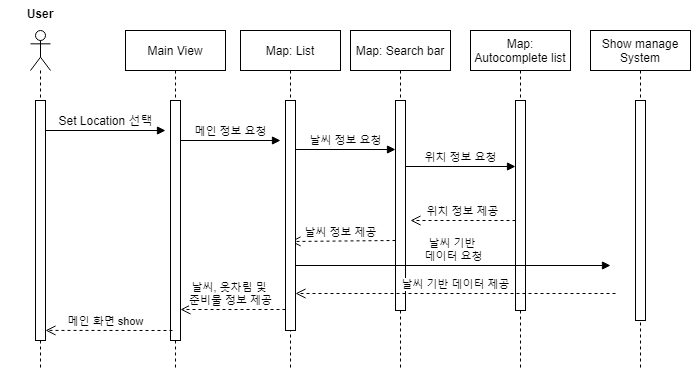
Before: Untitled Diagram2.png, a diagram exported from draw.io (kong430/Moning-diagram). Source tidied: cells renumbered, new cells last; positions are measured from the earlier drawing's top-left corner, leaving out a move shared by most shapes.
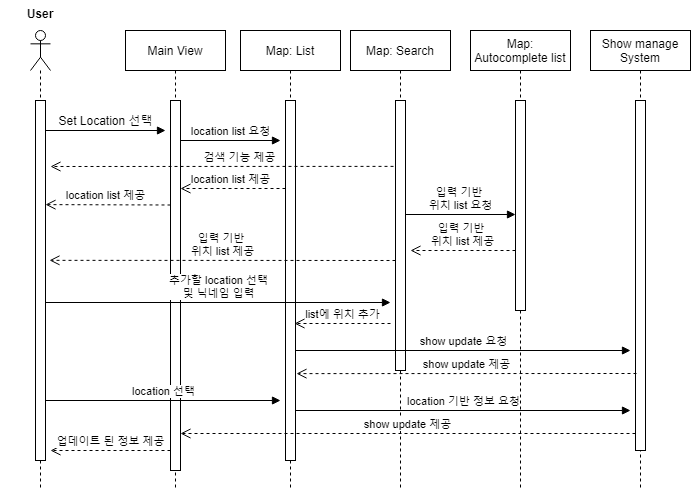
The same file after the commit.

Change to the diagram source:
```diff
@@ -3,13 +3,13 @@
     <mxCell id="0" />
     <mxCell id="1" parent="0" />
     <mxCell id="2" value="Map: List" style="shape=umlLifeline;perimeter=lifelinePerimeter;whiteSpace=wrap;html=1;" parent="1" vertex="1">
-      <mxGeometry x="240" y="30" width="100" height="340" as="geometry" />
+      <mxGeometry x="240" y="30" width="100" height="460" as="geometry" />
     </mxCell>
     <mxCell id="3" style="shape=umlLifeline;participant=umlActor;perimeter=lifelinePerimeter;whiteSpace=wrap;html=1;verticalAlign=top;spacingTop=36;" parent="1" vertex="1">
-      <mxGeometry x="30" y="30" width="20" height="340" as="geometry" />
+      <mxGeometry x="30" y="30" width="20" height="460" as="geometry" />
     </mxCell>
     <mxCell id="4" style="html=1;points=[];perimeter=orthogonalPerimeter;direction=east;" parent="1" vertex="1">
-      <mxGeometry x="35" y="100" width="10" height="240" as="geometry" />
+      <mxGeometry x="35" y="100" width="10" height="360" as="geometry" />
     </mxCell>
     <mxCell id="5" style="html=1;verticalAlign=bottom;endArrow=block;" parent="1" edge="1">
       <mxGeometry relative="1" as="geometry">
@@ -21,87 +21,122 @@
       <mxGeometry x="50" y="110" width="110" height="20" as="geometry" />
     </mxCell>
     <mxCell id="7" value="Main View" style="shape=umlLifeline;perimeter=lifelinePerimeter;whiteSpace=wrap;html=1;" parent="1" vertex="1">
-      <mxGeometry x="125" y="30" width="100" height="340" as="geometry" />
+      <mxGeometry x="125" y="30" width="100" height="460" as="geometry" />
     </mxCell>
-    <mxCell id="8" style="html=1;perimeter=orthogonalPerimeter;" parent="1" vertex="1">
-      <mxGeometry x="170" y="100" width="10" height="240" as="geometry" />
-    </mxCell>
-    <mxCell id="9" value="날씨 정보 요청" style="html=1;verticalAlign=bottom;endArrow=block;" parent="1" edge="1">
-      <mxGeometry relative="1" as="geometry">
-        <mxPoint x="295" y="149" as="sourcePoint" />
-        <mxPoint x="395" y="149" as="targetPoint" />
-      </mxGeometry>
-    </mxCell>
-    <mxCell id="10" value="위치 정보 제공" style="html=1;verticalAlign=bottom;endArrow=open;dashed=1;endSize=8;" parent="1" edge="1">
-      <mxGeometry relative="1" as="geometry">
-        <mxPoint x="515" y="220" as="sourcePoint" />
-        <mxPoint x="410" y="220" as="targetPoint" />
-      </mxGeometry>
-    </mxCell>
-    <mxCell id="11" value="Map: Search bar" style="shape=umlLifeline;perimeter=lifelinePerimeter;whiteSpace=wrap;html=1;" parent="1" vertex="1">
-      <mxGeometry x="350" y="30" width="100" height="340" as="geometry" />
+    <mxCell id="11" value="Map: Search" style="shape=umlLifeline;perimeter=lifelinePerimeter;whiteSpace=wrap;html=1;" parent="1" vertex="1">
+      <mxGeometry x="350" y="30" width="100" height="460" as="geometry" />
     </mxCell>
     <mxCell id="12" style="html=1;points=[];perimeter=orthogonalPerimeter;" parent="1" vertex="1">
-      <mxGeometry x="395" y="100" width="10" height="210" as="geometry" />
+      <mxGeometry x="395" y="100" width="10" height="270" as="geometry" />
     </mxCell>
     <mxCell id="13" value="Map: Autocomplete list" style="shape=umlLifeline;perimeter=lifelinePerimeter;whiteSpace=wrap;html=1;" parent="1" vertex="1">
-      <mxGeometry x="470" y="30" width="100" height="340" as="geometry" />
+      <mxGeometry x="470" y="30" width="100" height="460" as="geometry" />
     </mxCell>
     <mxCell id="14" style="html=1;perimeter=orthogonalPerimeter;" parent="1" vertex="1">
       <mxGeometry x="515" y="100" width="10" height="210" as="geometry" />
     </mxCell>
-    <mxCell id="15" value="위치 정보 요청" style="html=1;verticalAlign=bottom;endArrow=block;" parent="1" edge="1">
+    <mxCell id="15" value="입력 기반 &lt;br&gt;위치 list 요청" style="html=1;verticalAlign=bottom;endArrow=block;" parent="1" edge="1">
       <mxGeometry relative="1" as="geometry">
-        <mxPoint x="405" y="166" as="sourcePoint" />
-        <mxPoint x="515" y="166" as="targetPoint" />
+        <mxPoint x="405" y="214" as="sourcePoint" />
+        <mxPoint x="515" y="214" as="targetPoint" />
       </mxGeometry>
     </mxCell>
-    <mxCell id="16" value="날씨 정보 제공" style="html=1;verticalAlign=bottom;endArrow=open;dashed=1;endSize=8;" parent="1" edge="1">
-      <mxGeometry x="0.05" relative="1" as="geometry">
-        <mxPoint x="395" y="240" as="sourcePoint" />
-        <mxPoint x="290" y="241" as="targetPoint" />
-      </mxGeometry>
-    </mxCell>
-    <mxCell id="17" value="날씨, 옷차림 및 &lt;br&gt;준비물 정보 제공" style="html=1;verticalAlign=bottom;endArrow=open;dashed=1;endSize=8;" parent="1" edge="1">
+    <mxCell id="17" value="location list 제공" style="html=1;verticalAlign=bottom;endArrow=open;dashed=1;endSize=8;" parent="1" edge="1">
       <mxGeometry x="0.05" relative="1" as="geometry">
-        <mxPoint x="285" y="309" as="sourcePoint" />
-        <mxPoint x="180" y="309" as="targetPoint" />
+        <mxPoint x="285" y="188" as="sourcePoint" />
+        <mxPoint x="180" y="188" as="targetPoint" />
       </mxGeometry>
     </mxCell>
     <mxCell id="18" style="html=1;perimeter=orthogonalPerimeter;" parent="1" vertex="1">
-      <mxGeometry x="285" y="100" width="10" height="230" as="geometry" />
+      <mxGeometry x="285" y="100" width="10" height="360" as="geometry" />
     </mxCell>
     <mxCell id="19" value="User" style="text;align=center;fontStyle=1;verticalAlign=middle;spacingLeft=3;spacingRight=3;strokeColor=none;" parent="1" vertex="1">
       <mxGeometry width="80" height="26" as="geometry" />
     </mxCell>
-    <mxCell id="20" value="날씨 기반 &lt;br&gt;데이터 요청" style="html=1;verticalAlign=bottom;endArrow=block;" parent="1" edge="1">
-      <mxGeometry relative="1" as="geometry">
-        <mxPoint x="295" y="265" as="sourcePoint" />
-        <mxPoint x="610" y="265" as="targetPoint" />
-      </mxGeometry>
-    </mxCell>
-    <mxCell id="21" value="날씨 기반 데이터 제공" style="html=1;verticalAlign=bottom;endArrow=open;dashed=1;endSize=8;" parent="1" edge="1">
-      <mxGeometry relative="1" as="geometry">
-        <mxPoint x="615" y="293" as="sourcePoint" />
-        <mxPoint x="295" y="293" as="targetPoint" />
-      </mxGeometry>
-    </mxCell>
-    <mxCell id="22" value="메인 화면 show" style="html=1;verticalAlign=bottom;endArrow=open;dashed=1;endSize=8;entryX=1;entryY=0.958;entryDx=0;entryDy=0;entryPerimeter=0;" parent="1" edge="1" target="4">
-      <mxGeometry x="0.05" relative="1" as="geometry">
-        <mxPoint x="172" y="330" as="sourcePoint" />
-      </mxGeometry>
-    </mxCell>
-    <mxCell id="23" value="메인 정보 요청" style="html=1;verticalAlign=bottom;endArrow=block;" parent="1" edge="1">
+    <mxCell id="23" value="location list 요청" style="html=1;verticalAlign=bottom;endArrow=block;" parent="1" edge="1">
       <mxGeometry relative="1" as="geometry">
         <mxPoint x="180" y="140" as="sourcePoint" />
         <mxPoint x="280" y="140" as="targetPoint" />
       </mxGeometry>
     </mxCell>
     <mxCell id="24" value="Show manage System" style="shape=umlLifeline;perimeter=lifelinePerimeter;whiteSpace=wrap;html=1;" parent="1" vertex="1">
-      <mxGeometry x="590" y="30" width="100" height="340" as="geometry" />
+      <mxGeometry x="590" y="30" width="100" height="460" as="geometry" />
     </mxCell>
     <mxCell id="25" style="html=1;perimeter=orthogonalPerimeter;direction=east;" parent="24" vertex="1">
-      <mxGeometry x="45" y="70" width="10" height="220" as="geometry" />
+      <mxGeometry x="45" y="70" width="10" height="350" as="geometry" />
     </mxCell>
+    <mxCell id="26" value="location list 제공" style="html=1;verticalAlign=bottom;endArrow=open;dashed=1;endSize=8;entryX=1;entryY=0.413;entryDx=0;entryDy=0;entryPerimeter=0;" parent="1" edge="1">
+      <mxGeometry x="0.05" relative="1" as="geometry">
+        <mxPoint x="170" y="204.5" as="sourcePoint" />
+        <mxPoint x="45" y="204.1" as="targetPoint" />
+      </mxGeometry>
+    </mxCell>
+    <mxCell id="8" style="html=1;perimeter=orthogonalPerimeter;" parent="1" vertex="1">
+      <mxGeometry x="170" y="100" width="10" height="370" as="geometry" />
+    </mxCell>
+    <mxCell id="27" value="검색 기능 제공" style="html=1;verticalAlign=bottom;endArrow=open;dashed=1;endSize=8;exitX=-0.2;exitY=0.244;exitDx=0;exitDy=0;exitPerimeter=0;" parent="1" edge="1" source="12">
+      <mxGeometry x="-0.1" relative="1" as="geometry">
+        <mxPoint x="50" y="166" as="targetPoint" />
+      </mxGeometry>
+    </mxCell>
+    <mxCell id="10" value="입력 기반 &lt;br&gt;위치 list 제공" style="html=1;verticalAlign=bottom;endArrow=open;dashed=1;endSize=8;" parent="1" edge="1">
+      <mxGeometry relative="1" as="geometry">
+        <mxPoint x="515" y="250" as="sourcePoint" />
+        <mxPoint x="410" y="250" as="targetPoint" />
+      </mxGeometry>
+    </mxCell>
+    <mxCell id="28" value="입력 기반 &lt;br&gt;위치 list 제공" style="html=1;verticalAlign=bottom;endArrow=open;dashed=1;endSize=8;entryX=1.4;entryY=0.444;entryDx=0;entryDy=0;entryPerimeter=0;" parent="1" edge="1" target="4">
+      <mxGeometry relative="1" as="geometry">
+        <mxPoint x="395" y="260" as="sourcePoint" />
+      </mxGeometry>
+    </mxCell>
+    <mxCell id="29" value="추가할 location 선택&lt;br&gt;및 닉네임 입력" style="html=1;verticalAlign=bottom;endArrow=block;" parent="1" edge="1">
+      <mxGeometry relative="1" as="geometry">
+        <mxPoint x="45" y="302" as="sourcePoint" />
+        <mxPoint x="390" y="302" as="targetPoint" />
+      </mxGeometry>
+    </mxCell>
+    <mxCell id="30" value="list에 위치 추가" style="html=1;verticalAlign=bottom;endArrow=open;dashed=1;endSize=8;" parent="1" edge="1">
+      <mxGeometry relative="1" as="geometry">
+        <mxPoint x="390" y="323" as="sourcePoint" />
+        <mxPoint x="294" y="323" as="targetPoint" />
+      </mxGeometry>
+    </mxCell>
+    <mxCell id="31" value="show update 요청" style="html=1;verticalAlign=bottom;endArrow=block;" parent="1" edge="1">
+      <mxGeometry relative="1" as="geometry">
+        <mxPoint x="295" y="350" as="sourcePoint" />
+        <mxPoint x="630" y="350" as="targetPoint" />
+      </mxGeometry>
+    </mxCell>
+    <mxCell id="32" value="show update 제공" style="html=1;verticalAlign=bottom;endArrow=open;dashed=1;endSize=8;entryX=1.1;entryY=0.928;entryDx=0;entryDy=0;entryPerimeter=0;" parent="1" edge="1">
+      <mxGeometry relative="1" as="geometry">
+        <mxPoint x="636" y="373" as="sourcePoint" />
+        <mxPoint x="296" y="373.1" as="targetPoint" />
+      </mxGeometry>
+    </mxCell>
+    <mxCell id="33" value="location 선택" style="html=1;verticalAlign=bottom;endArrow=block;" parent="1" edge="1">
+      <mxGeometry relative="1" as="geometry">
+        <mxPoint x="45" y="400" as="sourcePoint" />
+        <mxPoint x="280" y="400" as="targetPoint" />
+      </mxGeometry>
+    </mxCell>
+    <mxCell id="34" value="location 기반 정보 요청" style="html=1;verticalAlign=bottom;endArrow=block;" parent="1" edge="1">
+      <mxGeometry relative="1" as="geometry">
+        <mxPoint x="295" y="410" as="sourcePoint" />
+        <mxPoint x="630" y="410" as="targetPoint" />
+      </mxGeometry>
+    </mxCell>
+    <mxCell id="35" value="show update 제공" style="html=1;verticalAlign=bottom;endArrow=open;dashed=1;endSize=8;" parent="1" edge="1">
+      <mxGeometry relative="1" as="geometry">
+        <mxPoint x="635" y="433" as="sourcePoint" />
+        <mxPoint x="180" y="433" as="targetPoint" />
+      </mxGeometry>
+    </mxCell>
+    <mxCell id="36" value="업데이트 된 정보 제공" style="html=1;verticalAlign=bottom;endArrow=open;dashed=1;endSize=8;" parent="1" edge="1">
+      <mxGeometry relative="1" as="geometry">
+        <mxPoint x="170" y="450" as="sourcePoint" />
+        <mxPoint x="50" y="450" as="targetPoint" />
+      </mxGeometry>
+    </mxCell>
   </root>
 </mxGraphModel>
```
